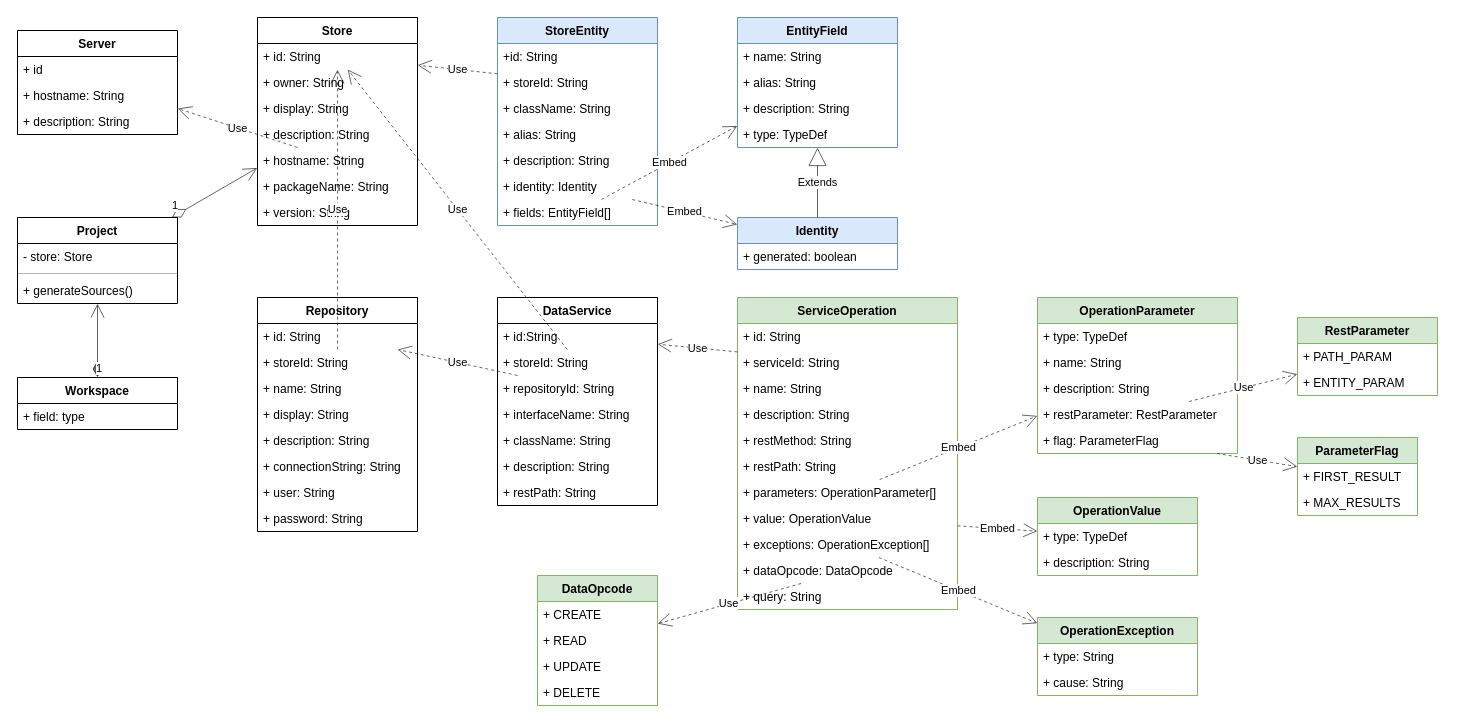
This is doc/diagrams.drawio from js-lib-com/tiny-store, a draw.io file, before an edit. Source tidied: cells renumbered, new cells numbered last; positions are measured from the earlier drawing's top-left corner, leaving out a move shared by most shapes. Both pictures are drawn from the tidied source at 100%, with x=0, y=0 at pixel (17, 17).
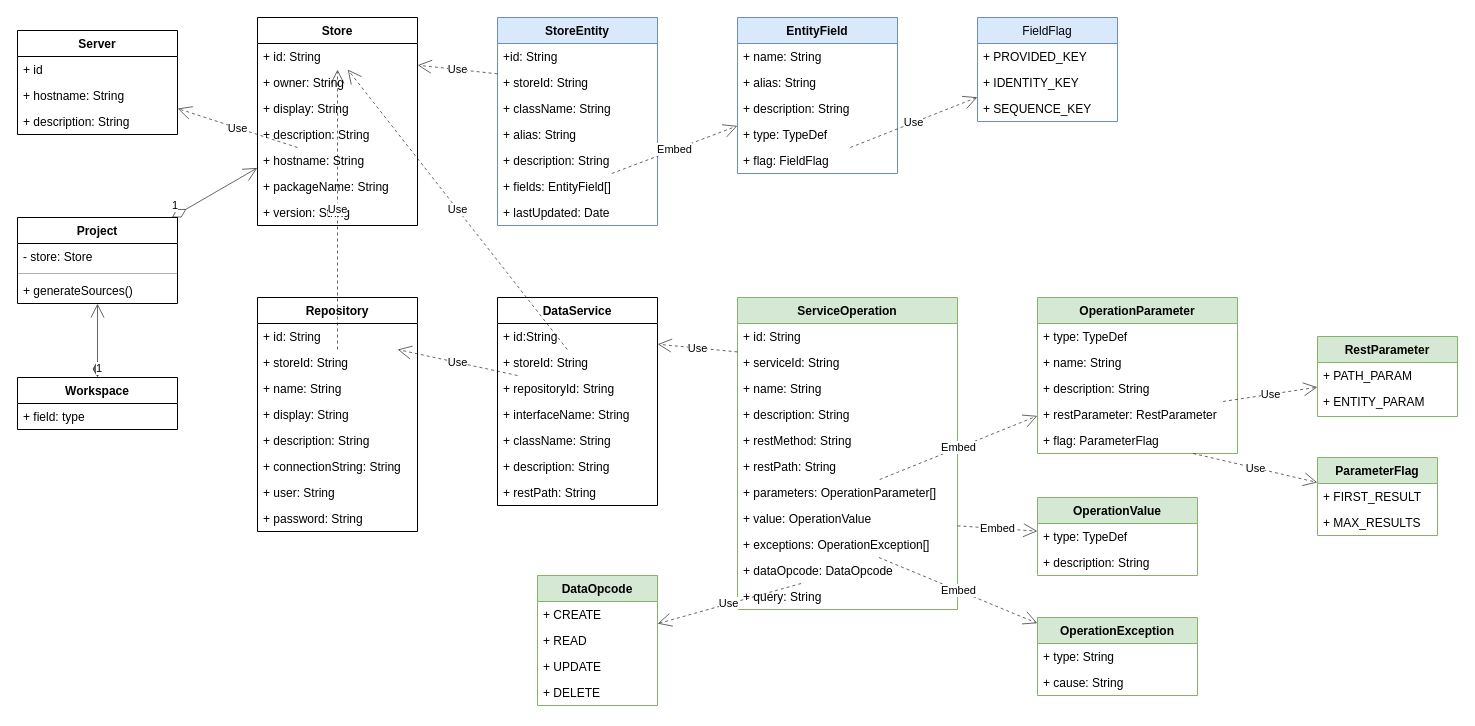
The same page after the edit.

The change refers to these unchanged cells:
```xml
<mxCell id="10" value="StoreEntity" style="swimlane;fontStyle=1;align=center;verticalAlign=top;horizontal=1;startSize=26;rounded=0;fillColor=#dae8fc;strokeColor=#6c8ebf;" parent="1" vertex="1">
  <mxGeometry x="480" width="160" height="208" as="geometry" />
</mxCell>
```

Diff of the diagram source:
```diff
@@
-    <mxCell id="16" value="+ identity: Identity" style="text;strokeColor=none;fillColor=none;align=left;verticalAlign=top;spacingLeft=4;spacingRight=4;overflow=hidden;points=[[0,0.5],[1,0.5]];portConstraint=eastwest;rounded=0;opacity=30;" parent="10" vertex="1">
-      <mxGeometry y="156" width="160" height="26" as="geometry" />
-    </mxCell>
     <mxCell id="17" value="+ fields: EntityField[]" style="text;strokeColor=none;fillColor=none;align=left;verticalAlign=top;spacingLeft=4;spacingRight=4;overflow=hidden;points=[[0,0.5],[1,0.5]];portConstraint=eastwest;rounded=0;opacity=30;" parent="10" vertex="1">
-      <mxGeometry y="182" width="160" height="26" as="geometry" />
+      <mxGeometry y="156" width="160" height="26" as="geometry" />
     </mxCell>
+    <mxCell id="104" value="+ lastUpdated: Date" style="text;strokeColor=none;fillColor=none;align=left;verticalAlign=top;spacingLeft=4;spacingRight=4;overflow=hidden;" parent="10" vertex="1">
+      <mxGeometry y="182" width="160" height="26" as="geometry" />
+    </mxCell>
@@
     <mxCell id="43" value="EntityField" style="swimlane;fontStyle=1;align=center;verticalAlign=top;horizontal=1;startSize=26;rounded=0;fillColor=#dae8fc;strokeColor=#6c8ebf;" parent="1" vertex="1">
-      <mxGeometry x="720" width="160" height="130" as="geometry" />
+      <mxGeometry x="720" width="160" height="156" as="geometry" />
     </mxCell>
@@
-    <mxCell id="48" value="Identity" style="swimlane;fontStyle=1;align=center;verticalAlign=top;horizontal=1;startSize=26;rounded=0;fillColor=#dae8fc;strokeColor=#6c8ebf;" parent="1" vertex="1">
-      <mxGeometry x="720" y="200" width="160" height="52" as="geometry" />
-    </mxCell>
-    <mxCell id="49" value="+ generated: boolean" style="text;strokeColor=none;fillColor=none;align=left;verticalAlign=top;spacingLeft=4;spacingRight=4;overflow=hidden;rounded=0;opacity=30;" parent="48" vertex="1">
-      <mxGeometry y="26" width="160" height="26" as="geometry" />
-    </mxCell>
-    <mxCell id="50" value="Extends" style="endArrow=block;endSize=16;endFill=0;html=1;rounded=0;opacity=60;" parent="1" edge="1" source="48" target="43">
-      <mxGeometry relative="1" as="geometry" />
-    </mxCell>
-    <mxCell id="51" value="Embed" style="endArrow=open;endSize=12;dashed=1;html=1;rounded=0;opacity=60;" parent="1" edge="1" source="16" target="48">
-      <mxGeometry relative="1" as="geometry" />
-    </mxCell>
+    <mxCell id="105" value="+ flag: FieldFlag" style="text;strokeColor=none;fillColor=none;align=left;verticalAlign=top;spacingLeft=4;spacingRight=4;overflow=hidden;points=[[0,0.5],[1,0.5]];portConstraint=eastwest;" parent="43" vertex="1">
+      <mxGeometry y="130" width="160" height="26" as="geometry" />
+    </mxCell>
@@
     <mxCell id="85" value="ParameterFlag" style="swimlane;fontStyle=1;horizontal=1;startSize=26;fillColor=#d5e8d4;strokeColor=#82b366;" parent="1" vertex="1">
-      <mxGeometry x="1280" y="420" width="120" height="78" as="geometry" />
+      <mxGeometry x="1300" y="440" width="120" height="78" as="geometry" />
     </mxCell>
@@
     <mxCell id="95" value="RestParameter" style="swimlane;fontStyle=1;horizontal=1;startSize=26;fillColor=#d5e8d4;strokeColor=#82b366;" parent="1" vertex="1">
-      <mxGeometry x="1280" y="300" width="140" height="78" as="geometry" />
+      <mxGeometry x="1300" y="319" width="140" height="80" as="geometry" />
     </mxCell>
@@
     <mxCell id="97" value="+ ENTITY_PARAM" style="text;strokeColor=none;fillColor=none;align=left;verticalAlign=top;spacingLeft=4;spacingRight=4;overflow=hidden;" parent="95" vertex="1">
-      <mxGeometry y="52" width="140" height="26" as="geometry" />
+      <mxGeometry y="52" width="140" height="28" as="geometry" />
     </mxCell>
@@
+    <mxCell id="106" value="FieldFlag" style="swimlane;fontStyle=0;horizontal=1;startSize=26;fillColor=#dae8fc;strokeColor=#6c8ebf;" parent="1" vertex="1">
+      <mxGeometry x="960" width="140" height="104" as="geometry" />
+    </mxCell>
+    <mxCell id="107" value="+ PROVIDED_KEY" style="text;strokeColor=none;fillColor=none;align=left;verticalAlign=top;spacingLeft=4;spacingRight=4;overflow=hidden;" parent="106" vertex="1">
+      <mxGeometry y="26" width="140" height="26" as="geometry" />
+    </mxCell>
+    <mxCell id="108" value="+ IDENTITY_KEY" style="text;strokeColor=none;fillColor=none;align=left;verticalAlign=top;spacingLeft=4;spacingRight=4;overflow=hidden;" parent="106" vertex="1">
+      <mxGeometry y="52" width="140" height="26" as="geometry" />
+    </mxCell>
+    <mxCell id="109" value="+ SEQUENCE_KEY" style="text;strokeColor=none;fillColor=none;align=left;verticalAlign=top;spacingLeft=4;spacingRight=4;overflow=hidden;" parent="106" vertex="1">
+      <mxGeometry y="78" width="140" height="26" as="geometry" />
+    </mxCell>
+    <mxCell id="110" value="Use" style="endArrow=open;endSize=12;dashed=1;html=1;rounded=0;opacity=60;" parent="1" edge="1" source="105" target="106">
+      <mxGeometry relative="1" as="geometry" />
+    </mxCell>
```
